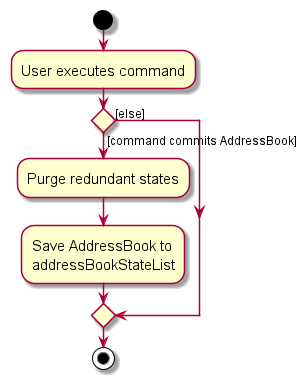
Above: docs/images/CommitActivityDiagram.png in nus-cs2103-AY2324S2/tp (PlantUML), before the change.
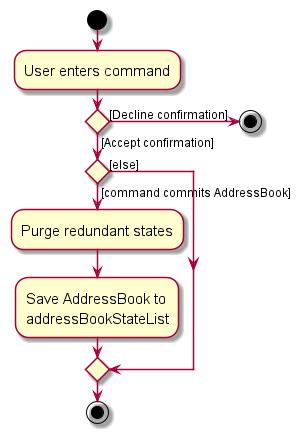
After the change.

Change to the diagram source:
```diff
@@ -3,8 +3,11 @@
 skinparam ActivityFontSize 15
 skinparam ArrowFontSize 12
 start
-:User executes command;
+:User enters command;
 
+if () then ([Decline confirmation])
+    stop
+else ([Accept confirmation])
 
 if () then ([command commits AddressBook])
     :Purge redundant states;
```
